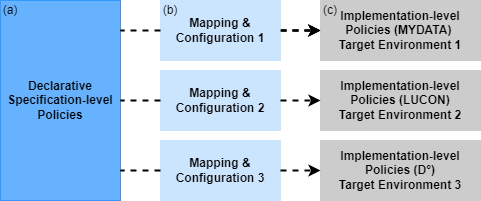
The draw.io diagram documentation/4_Perspectives_of_the_Reference_Architecture_Model/4_1_Security_Perspective/media/mapping-of-policy-languages.drawio.png in International-Data-Spaces-Association/IDS-RAM_4_0, before a commit. Source tidied: cells renumbered, new cells last; positions are measured from the earlier drawing's top-left corner, leaving out a move shared by most shapes. The source it was exported from:
```xml
<mxGraphModel>
  <root>
    <mxCell id="0" />
    <mxCell id="1" parent="0" />
    <mxCell id="2" style="edgeStyle=orthogonalEdgeStyle;rounded=0;jettySize=auto;html=1;dashed=1;fontSize=12;strokeColor=default;strokeWidth=2;" parent="1" edge="1" source="4" target="7">
      <mxGeometry relative="1" as="geometry" />
    </mxCell>
    <mxCell id="3" style="edgeStyle=orthogonalEdgeStyle;rounded=0;jettySize=auto;html=1;dashed=1;fontSize=12;strokeColor=default;strokeWidth=2;" parent="1" edge="1" source="4" target="7">
      <mxGeometry relative="1" as="geometry" />
    </mxCell>
    <mxCell id="4" value="&lt;b&gt;Mapping &amp;amp; Configuration 1&lt;/b&gt;" style="rounded=0;whiteSpace=wrap;html=1;fillColor=#CCE5FF;strokeColor=#CCE5FF;" parent="1" vertex="1">
      <mxGeometry x="160" width="120" height="60" as="geometry" />
    </mxCell>
    <mxCell id="5" value="&lt;b&gt;Mapping &amp;amp; Configuration 3&lt;/b&gt;" style="rounded=0;whiteSpace=wrap;html=1;fillColor=#CCE5FF;strokeColor=#CCE5FF;" parent="1" vertex="1">
      <mxGeometry x="160" y="140" width="120" height="60" as="geometry" />
    </mxCell>
    <mxCell id="6" value="&lt;b&gt;Mapping &amp;amp; Configuration 2&lt;/b&gt;" style="rounded=0;whiteSpace=wrap;html=1;fillColor=#CCE5FF;strokeColor=#CCE5FF;" parent="1" vertex="1">
      <mxGeometry x="160" y="70" width="120" height="60" as="geometry" />
    </mxCell>
    <mxCell id="7" value="&lt;b&gt;Implementation-level Policies (MYDATA) &lt;br&gt;Target Environment 1&lt;/b&gt;" style="rounded=0;whiteSpace=wrap;html=1;fillColor=#CCCCCC;strokeColor=#CCCCCC;" parent="1" vertex="1">
      <mxGeometry x="320" width="160" height="60" as="geometry" />
    </mxCell>
    <mxCell id="8" value="&lt;b&gt;Implementation-level Policies (D°)&lt;br&gt;Target Environment 3&lt;/b&gt;" style="rounded=0;whiteSpace=wrap;html=1;strokeColor=#CCCCCC;fillColor=#CCCCCC;" parent="1" vertex="1">
      <mxGeometry x="320" y="140" width="160" height="60" as="geometry" />
    </mxCell>
    <mxCell id="9" value="&lt;b&gt;Implementation-level Policies (LUCON)&lt;br&gt;Target Environment 2&lt;/b&gt;" style="rounded=0;whiteSpace=wrap;html=1;strokeColor=#CCCCCC;fillColor=#CCCCCC;" parent="1" vertex="1">
      <mxGeometry x="320" y="70" width="160" height="60" as="geometry" />
    </mxCell>
    <mxCell id="10" value="&lt;font style=&quot;font-size: 12px&quot;&gt;&lt;b&gt;Declarative Specification-level Policies&lt;/b&gt;&lt;/font&gt;" style="rounded=0;whiteSpace=wrap;html=1;fillColor=#66B2FF;strokeColor=#3399FF;" parent="1" vertex="1">
      <mxGeometry width="120" height="200" as="geometry" />
    </mxCell>
    <mxCell id="11" style="endArrow=classic;html=1;rounded=0;fontSize=12;entryX=0;entryY=0.5;entryDx=0;entryDy=0;strokeColor=default;dashed=1;strokeWidth=2;" parent="1" edge="1" target="7">
      <mxGeometry relative="1" as="geometry">
        <mxPoint x="280" y="30" as="sourcePoint" />
      </mxGeometry>
    </mxCell>
    <mxCell id="12" style="endArrow=none;dashed=1;html=1;rounded=0;fontSize=12;strokeColor=default;exitX=0;exitY=0.5;exitDx=0;exitDy=0;entryX=1;entryY=0.15;entryDx=0;entryDy=0;entryPerimeter=0;strokeWidth=2;" parent="1" edge="1" source="4" target="10">
      <mxGeometry relative="1" as="geometry" />
    </mxCell>
    <mxCell id="13" style="endArrow=classic;html=1;rounded=0;fontSize=12;entryX=0;entryY=0.5;entryDx=0;entryDy=0;strokeColor=default;dashed=1;strokeWidth=2;exitX=1;exitY=0.5;exitDx=0;exitDy=0;" parent="1" edge="1" source="6" target="9">
      <mxGeometry relative="1" as="geometry" />
    </mxCell>
    <mxCell id="14" style="endArrow=classic;html=1;rounded=0;fontSize=12;entryX=0;entryY=0.5;entryDx=0;entryDy=0;strokeColor=default;dashed=1;strokeWidth=2;exitX=1;exitY=0.5;exitDx=0;exitDy=0;" parent="1" edge="1" source="5" target="8">
      <mxGeometry relative="1" as="geometry" />
    </mxCell>
    <mxCell id="15" style="endArrow=none;dashed=1;html=1;rounded=0;fontSize=12;strokeColor=default;exitX=0;exitY=0.5;exitDx=0;exitDy=0;entryX=1;entryY=0.5;entryDx=0;entryDy=0;strokeWidth=2;" parent="1" edge="1" source="6" target="10">
      <mxGeometry relative="1" as="geometry" />
    </mxCell>
    <mxCell id="16" style="endArrow=none;dashed=1;html=1;rounded=0;fontSize=12;strokeColor=default;exitX=0;exitY=0.5;exitDx=0;exitDy=0;strokeWidth=2;" parent="1" edge="1" source="5">
      <mxGeometry relative="1" as="geometry">
        <mxPoint x="120" y="170" as="targetPoint" />
      </mxGeometry>
    </mxCell>
    <mxCell id="17" value="(a)" style="text;html=1;strokeColor=none;fillColor=none;align=center;verticalAlign=middle;whiteSpace=wrap;rounded=0;fontSize=12;" parent="1" vertex="1">
      <mxGeometry width="20" height="20" as="geometry" />
    </mxCell>
    <mxCell id="18" value="(b)" style="text;html=1;strokeColor=none;fillColor=none;align=center;verticalAlign=middle;whiteSpace=wrap;rounded=0;fontSize=12;" parent="1" vertex="1">
      <mxGeometry x="155" width="30" height="20" as="geometry" />
    </mxCell>
    <mxCell id="19" value="(c)" style="text;html=1;strokeColor=none;fillColor=none;align=center;verticalAlign=middle;whiteSpace=wrap;rounded=0;fontSize=12;" parent="1" vertex="1">
      <mxGeometry x="315" width="30" height="20" as="geometry" />
    </mxCell>
  </root>
</mxGraphModel>
```
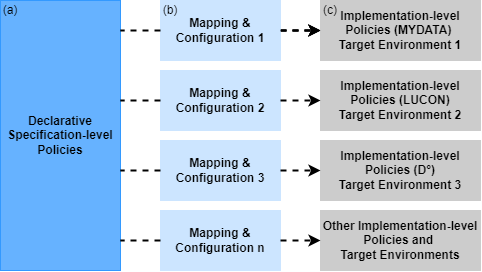
Above is the later version.

Diff of the diagram source:
```diff
@@ -27,15 +27,17 @@
       <mxGeometry x="320" y="70" width="160" height="60" as="geometry" />
     </mxCell>
     <mxCell id="10" value="&lt;font style=&quot;font-size: 12px&quot;&gt;&lt;b&gt;Declarative Specification-level Policies&lt;/b&gt;&lt;/font&gt;" style="rounded=0;whiteSpace=wrap;html=1;fillColor=#66B2FF;strokeColor=#3399FF;" parent="1" vertex="1">
-      <mxGeometry width="120" height="200" as="geometry" />
+      <mxGeometry width="120" height="270" as="geometry" />
     </mxCell>
     <mxCell id="11" style="endArrow=classic;html=1;rounded=0;fontSize=12;entryX=0;entryY=0.5;entryDx=0;entryDy=0;strokeColor=default;dashed=1;strokeWidth=2;" parent="1" edge="1" target="7">
       <mxGeometry relative="1" as="geometry">
         <mxPoint x="280" y="30" as="sourcePoint" />
       </mxGeometry>
     </mxCell>
-    <mxCell id="12" style="endArrow=none;dashed=1;html=1;rounded=0;fontSize=12;strokeColor=default;exitX=0;exitY=0.5;exitDx=0;exitDy=0;entryX=1;entryY=0.15;entryDx=0;entryDy=0;entryPerimeter=0;strokeWidth=2;" parent="1" edge="1" source="4" target="10">
-      <mxGeometry relative="1" as="geometry" />
+    <mxCell id="12" style="endArrow=none;dashed=1;html=1;rounded=0;fontSize=12;strokeColor=default;exitX=0;exitY=0.5;exitDx=0;exitDy=0;strokeWidth=2;" parent="1" edge="1" source="4">
+      <mxGeometry relative="1" as="geometry">
+        <mxPoint x="120" y="30" as="targetPoint" />
+      </mxGeometry>
     </mxCell>
     <mxCell id="13" style="endArrow=classic;html=1;rounded=0;fontSize=12;entryX=0;entryY=0.5;entryDx=0;entryDy=0;strokeColor=default;dashed=1;strokeWidth=2;exitX=1;exitY=0.5;exitDx=0;exitDy=0;" parent="1" edge="1" source="6" target="9">
       <mxGeometry relative="1" as="geometry" />
@@ -43,8 +45,10 @@
     <mxCell id="14" style="endArrow=classic;html=1;rounded=0;fontSize=12;entryX=0;entryY=0.5;entryDx=0;entryDy=0;strokeColor=default;dashed=1;strokeWidth=2;exitX=1;exitY=0.5;exitDx=0;exitDy=0;" parent="1" edge="1" source="5" target="8">
       <mxGeometry relative="1" as="geometry" />
     </mxCell>
-    <mxCell id="15" style="endArrow=none;dashed=1;html=1;rounded=0;fontSize=12;strokeColor=default;exitX=0;exitY=0.5;exitDx=0;exitDy=0;entryX=1;entryY=0.5;entryDx=0;entryDy=0;strokeWidth=2;" parent="1" edge="1" source="6" target="10">
-      <mxGeometry relative="1" as="geometry" />
+    <mxCell id="15" style="endArrow=none;dashed=1;html=1;rounded=0;fontSize=12;strokeColor=default;exitX=0;exitY=0.5;exitDx=0;exitDy=0;strokeWidth=2;" parent="1" edge="1" source="6">
+      <mxGeometry relative="1" as="geometry">
+        <mxPoint x="120" y="100" as="targetPoint" />
+      </mxGeometry>
     </mxCell>
     <mxCell id="16" style="endArrow=none;dashed=1;html=1;rounded=0;fontSize=12;strokeColor=default;exitX=0;exitY=0.5;exitDx=0;exitDy=0;strokeWidth=2;" parent="1" edge="1" source="5">
       <mxGeometry relative="1" as="geometry">
@@ -60,5 +64,19 @@
     <mxCell id="19" value="(c)" style="text;html=1;strokeColor=none;fillColor=none;align=center;verticalAlign=middle;whiteSpace=wrap;rounded=0;fontSize=12;" parent="1" vertex="1">
       <mxGeometry x="315" width="30" height="20" as="geometry" />
     </mxCell>
+    <mxCell id="20" value="&lt;b&gt;Mapping &amp;amp; Configuration n&lt;/b&gt;" style="rounded=0;whiteSpace=wrap;html=1;fillColor=#CCE5FF;strokeColor=#CCE5FF;" parent="1" vertex="1">
+      <mxGeometry x="160" y="210" width="120" height="60" as="geometry" />
+    </mxCell>
+    <mxCell id="21" value="&lt;b&gt;Other Implementation-level Policies and&amp;nbsp;&lt;br&gt;Target Environments&lt;/b&gt;" style="rounded=0;whiteSpace=wrap;html=1;strokeColor=#CCCCCC;fillColor=#CCCCCC;" parent="1" vertex="1">
+      <mxGeometry x="320" y="210" width="160" height="60" as="geometry" />
+    </mxCell>
+    <mxCell id="22" style="endArrow=classic;html=1;rounded=0;fontSize=12;entryX=0;entryY=0.5;entryDx=0;entryDy=0;strokeColor=default;dashed=1;strokeWidth=2;exitX=1;exitY=0.5;exitDx=0;exitDy=0;" parent="1" edge="1" source="20" target="21">
+      <mxGeometry relative="1" as="geometry" />
+    </mxCell>
+    <mxCell id="23" style="endArrow=none;dashed=1;html=1;rounded=0;fontSize=12;strokeColor=default;exitX=0;exitY=0.5;exitDx=0;exitDy=0;strokeWidth=2;" parent="1" edge="1" source="20">
+      <mxGeometry relative="1" as="geometry">
+        <mxPoint x="120" y="240" as="targetPoint" />
+      </mxGeometry>
+    </mxCell>
   </root>
 </mxGraphModel>
```
